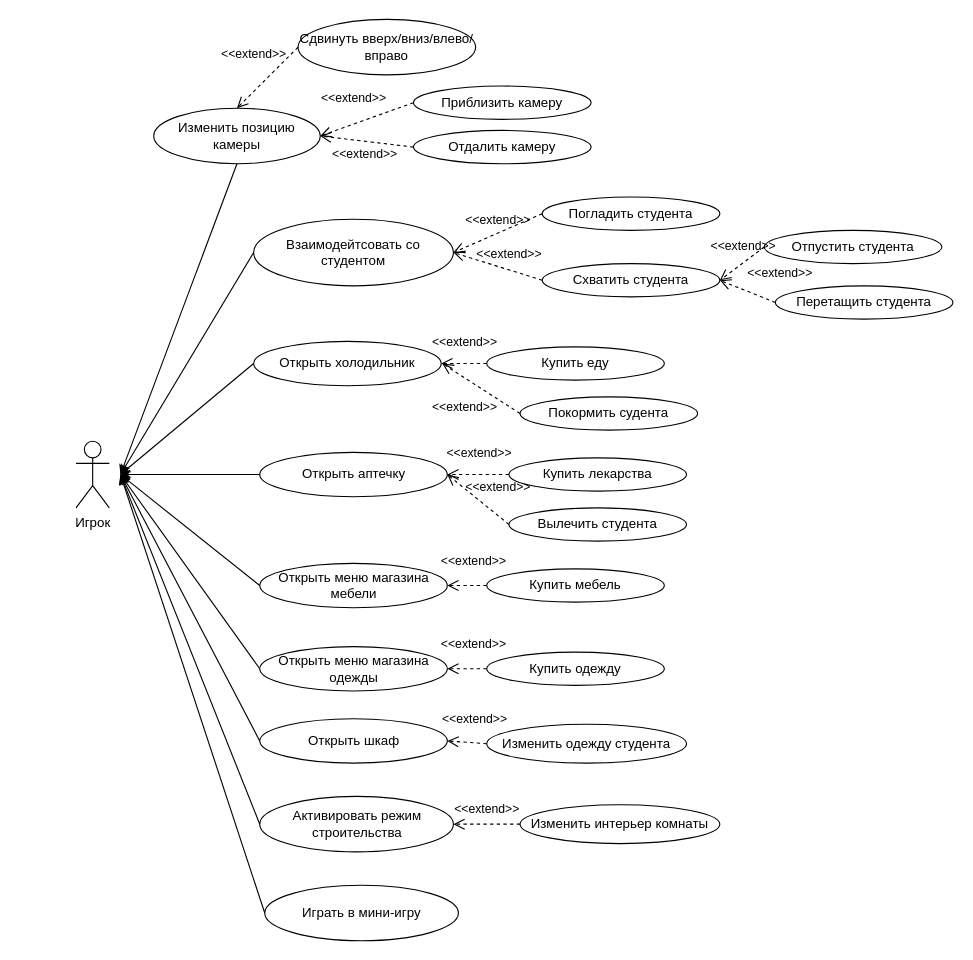
The draw.io diagram UseCase ССМ.drawio in Andeco1/DrawIo, before the edit. Source tidied: cells renumbered, new cells numbered last; positions are measured from the earlier drawing's top-left corner, leaving out a move shared by most shapes. Both pictures are drawn from the tidied source at 111%, with x=0, y=0 at pixel (75, 19).
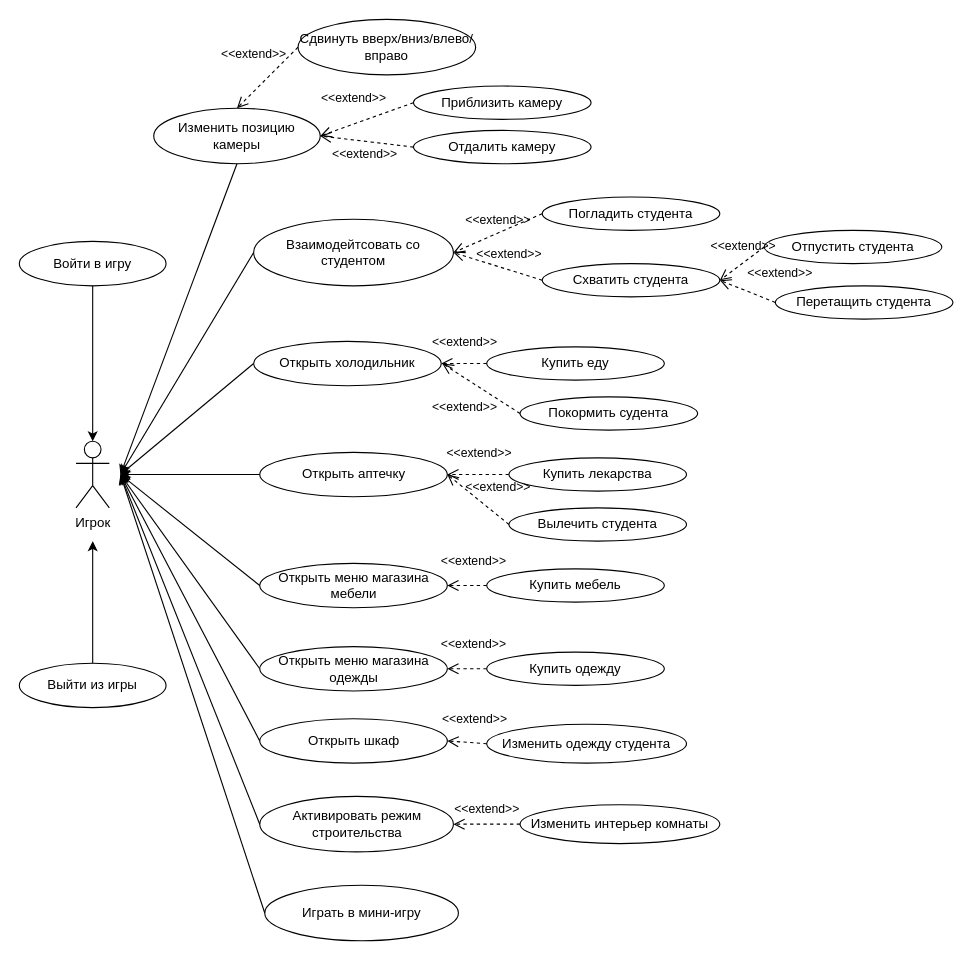
The same diagram, later.

Unchanged cells that the change refers to:
```xml
<mxCell id="2" value="Игрок" style="shape=umlActor;verticalLabelPosition=bottom;verticalAlign=top;html=1;outlineConnect=0;" parent="1" vertex="1">
  <mxGeometry y="380" width="30" height="60" as="geometry" />
</mxCell>
```

The edit, as a diff of the source:
```diff
@@
+    <mxCell id="51" value="Войти в игру" style="ellipse;whiteSpace=wrap;html=1;" parent="1" vertex="1">
+      <mxGeometry x="-51.1" y="200" width="132.2" height="40" as="geometry" />
+    </mxCell>
+    <mxCell id="52" value="Выйти из игры" style="ellipse;whiteSpace=wrap;html=1;" parent="1" vertex="1">
+      <mxGeometry x="-51.1" y="580" width="132.2" height="40" as="geometry" />
+    </mxCell>
+    <mxCell id="53" style="endArrow=classic;html=1;rounded=0;exitX=0.5;exitY=1;exitDx=0;exitDy=0;entryX=0.5;entryY=0;entryDx=0;entryDy=0;entryPerimeter=0;" parent="1" edge="1" source="51" target="2">
+      <mxGeometry relative="1" as="geometry" />
+    </mxCell>
+    <mxCell id="54" style="endArrow=classic;html=1;rounded=0;exitX=0.5;exitY=0;exitDx=0;exitDy=0;" parent="1" edge="1" source="52">
+      <mxGeometry relative="1" as="geometry">
+        <mxPoint x="15" y="470" as="targetPoint" />
+      </mxGeometry>
+    </mxCell>
```
